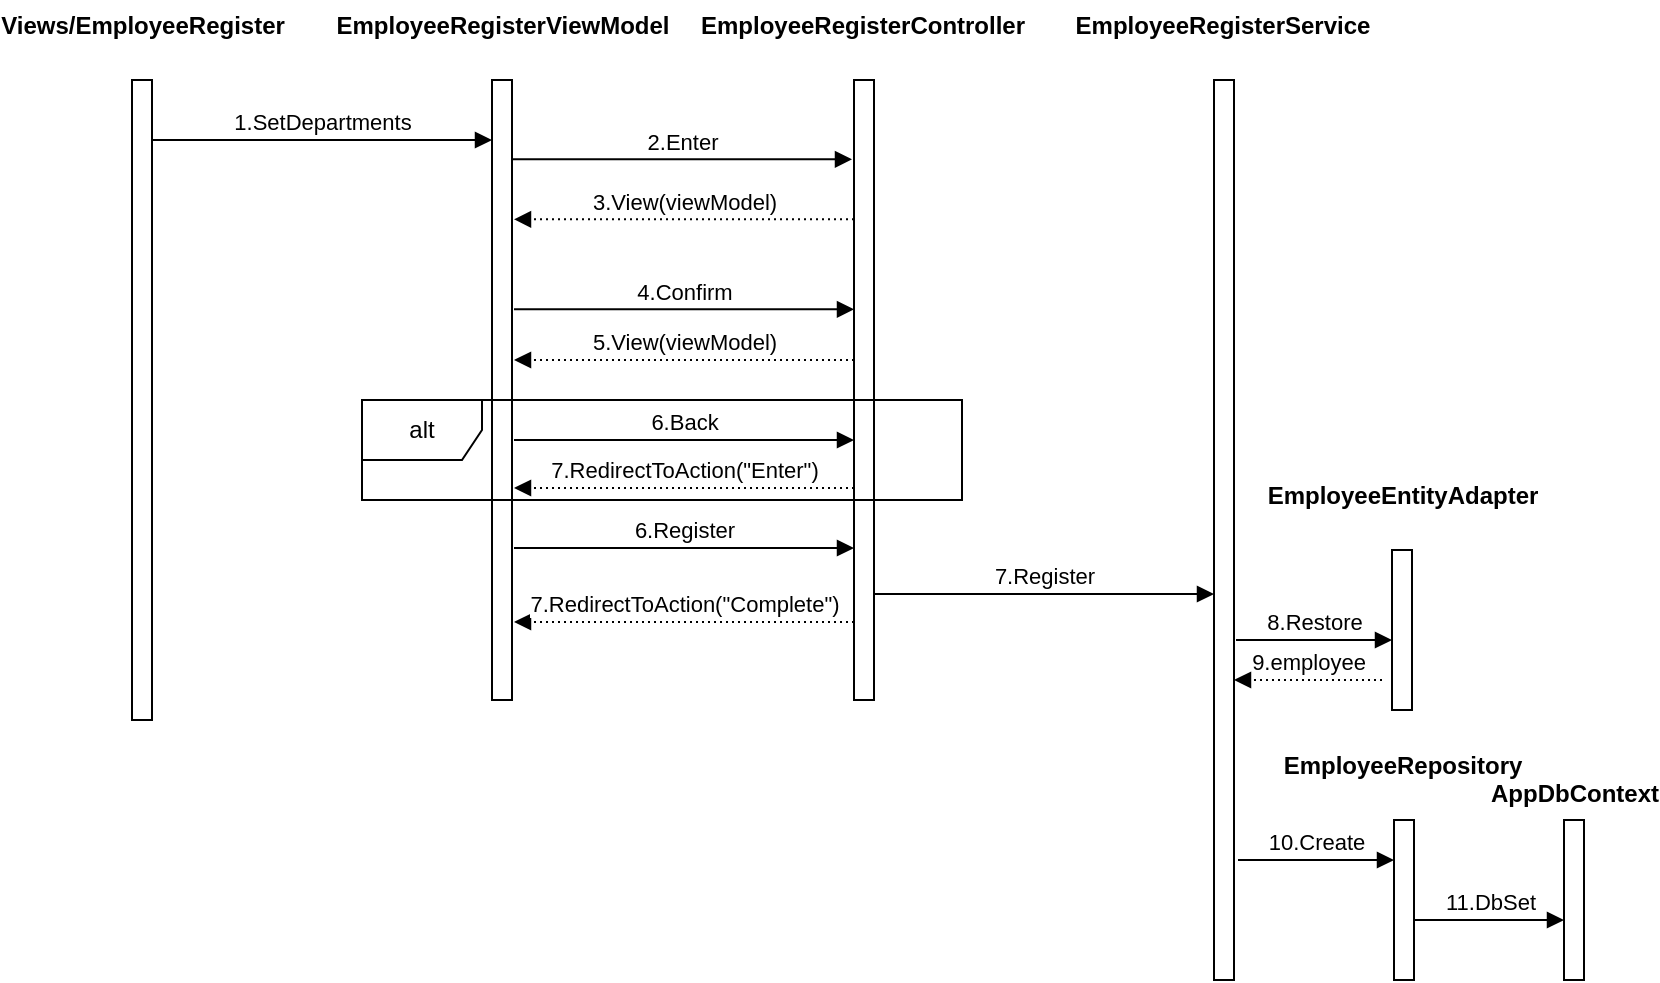
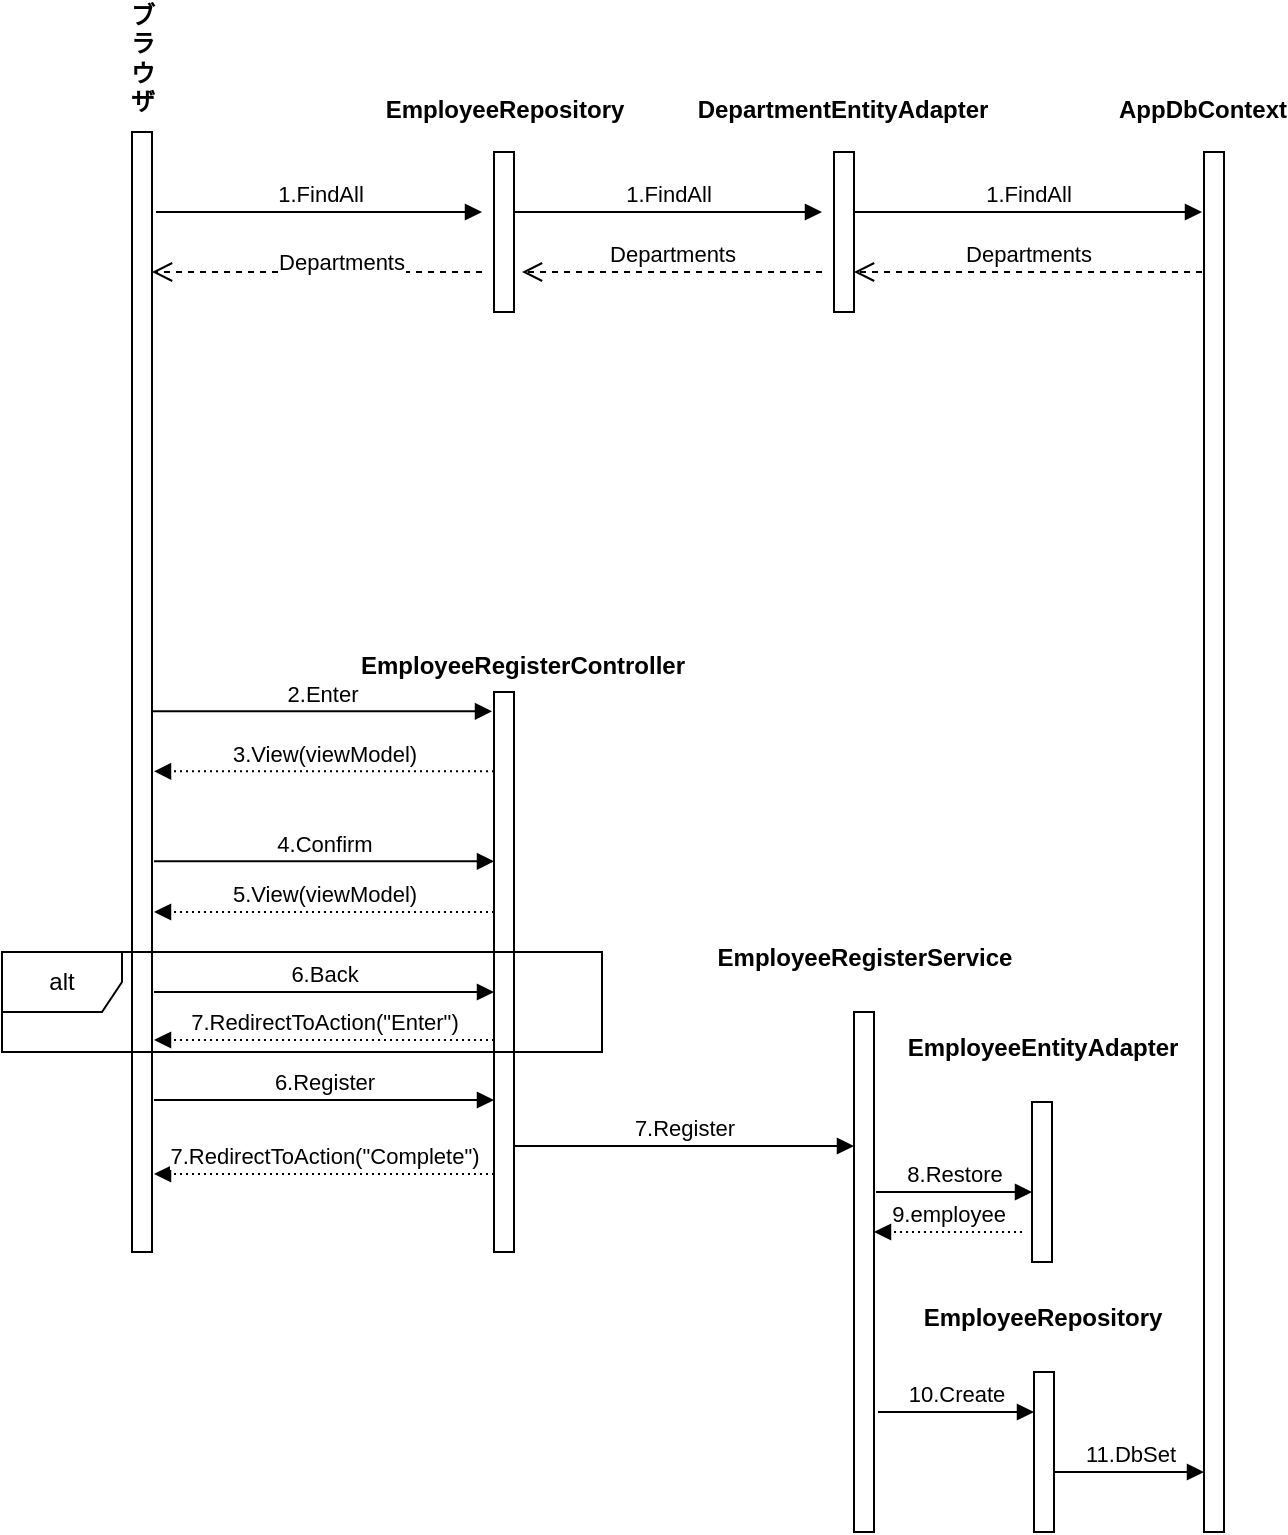
<mxfile host="app.diagrams.net">
  <diagram name="ページ-1" id="G9jWzP7ksENqtXRM4MLI">
-     <mxGraphModel dx="2018" dy="694" grid="1" gridSize="10" guides="1" tooltips="1" connect="1" arrows="1" fold="1" page="1" pageScale="1" pageWidth="827" pageHeight="1169" math="0" shadow="0">
+     <mxGraphModel dx="1842" dy="1989" grid="1" gridSize="10" guides="1" tooltips="1" connect="1" arrows="1" fold="1" page="1" pageScale="1" pageWidth="827" pageHeight="1169" math="0" shadow="0">
      <root>
        <mxCell id="0" />
        <mxCell id="1" parent="0" />
-         <mxCell id="4FGoEkoccehJ_rtDcBHZ-1" parent="1" style="html=1;points=[[0,0,0,0,5],[0,1,0,0,-5],[1,0,0,0,5],[1,1,0,0,-5]];perimeter=orthogonalPerimeter;outlineConnect=0;targetShapes=umlLifeline;portConstraint=eastwest;newEdgeStyle={&quot;curved&quot;:0,&quot;rounded&quot;:0};" value="" vertex="1">
-           <mxGeometry height="320" width="10" x="15" y="160" as="geometry" />
+         <mxCell id="4FGoEkoccehJ_rtDcBHZ-3" parent="1" style="html=1;points=[[0,0,0,0,5],[0,1,0,0,-5],[1,0,0,0,5],[1,1,0,0,-5]];perimeter=orthogonalPerimeter;outlineConnect=0;targetShapes=umlLifeline;portConstraint=eastwest;newEdgeStyle={&quot;curved&quot;:0,&quot;rounded&quot;:0};" value="" vertex="1">
+           <mxGeometry height="560" width="10" x="195" y="-90" as="geometry" />
        </mxCell>
-         <mxCell id="4FGoEkoccehJ_rtDcBHZ-2" parent="1" style="text;align=center;fontStyle=1;verticalAlign=middle;spacingLeft=3;spacingRight=3;strokeColor=none;rotatable=0;points=[[0,0.5],[1,0.5]];portConstraint=eastwest;html=1;" value="Views/EmployeeRegister" vertex="1">
-           <mxGeometry height="26" width="80" x="-20" y="120" as="geometry" />
-         </mxCell>
-         <mxCell id="4FGoEkoccehJ_rtDcBHZ-3" parent="1" style="html=1;points=[[0,0,0,0,5],[0,1,0,0,-5],[1,0,0,0,5],[1,1,0,0,-5]];perimeter=orthogonalPerimeter;outlineConnect=0;targetShapes=umlLifeline;portConstraint=eastwest;newEdgeStyle={&quot;curved&quot;:0,&quot;rounded&quot;:0};" value="" vertex="1">
-           <mxGeometry height="310" width="10" x="195" y="160" as="geometry" />
-         </mxCell>
-         <mxCell id="4FGoEkoccehJ_rtDcBHZ-4" parent="1" style="text;align=center;fontStyle=1;verticalAlign=middle;spacingLeft=3;spacingRight=3;strokeColor=none;rotatable=0;points=[[0,0.5],[1,0.5]];portConstraint=eastwest;html=1;" value="&lt;span style=&quot;white-space: normal;&quot;&gt;EmployeeRegisterViewModel&lt;/span&gt;" vertex="1">
-           <mxGeometry height="26" width="80" x="160" y="120" as="geometry" />
+         <mxCell id="4FGoEkoccehJ_rtDcBHZ-4" parent="1" style="text;align=center;fontStyle=1;verticalAlign=middle;spacingLeft=3;spacingRight=3;strokeColor=none;rotatable=0;points=[[0,0.5],[1,0.5]];portConstraint=eastwest;html=1;" value="&lt;span style=&quot;white-space: normal;&quot;&gt;ブラウザ&lt;/span&gt;" vertex="1">
+           <mxGeometry height="26" width="90" x="155" y="-140" as="geometry" />
        </mxCell>
        <mxCell id="4FGoEkoccehJ_rtDcBHZ-5" parent="1" style="html=1;points=[[0,0,0,0,5],[0,1,0,0,-5],[1,0,0,0,5],[1,1,0,0,-5]];perimeter=orthogonalPerimeter;outlineConnect=0;targetShapes=umlLifeline;portConstraint=eastwest;newEdgeStyle={&quot;curved&quot;:0,&quot;rounded&quot;:0};" value="" vertex="1">
-           <mxGeometry height="310" width="10" x="376" y="160" as="geometry" />
+           <mxGeometry height="280" width="10" x="376" y="190" as="geometry" />
        </mxCell>
        <mxCell id="4FGoEkoccehJ_rtDcBHZ-6" parent="1" style="text;align=center;fontStyle=1;verticalAlign=middle;spacingLeft=3;spacingRight=3;strokeColor=none;rotatable=0;points=[[0,0.5],[1,0.5]];portConstraint=eastwest;html=1;" value="&lt;span style=&quot;white-space: normal;&quot;&gt;EmployeeRegisterController&lt;/span&gt;" vertex="1">
-           <mxGeometry height="26" width="80" x="340" y="120" as="geometry" />
+           <mxGeometry height="26" width="80" x="350" y="164" as="geometry" />
        </mxCell>
        <mxCell id="4FGoEkoccehJ_rtDcBHZ-8" parent="1" style="html=1;points=[[0,0,0,0,5],[0,1,0,0,-5],[1,0,0,0,5],[1,1,0,0,-5]];perimeter=orthogonalPerimeter;outlineConnect=0;targetShapes=umlLifeline;portConstraint=eastwest;newEdgeStyle={&quot;curved&quot;:0,&quot;rounded&quot;:0};" value="" vertex="1">
-           <mxGeometry height="450" width="10" x="556" y="160" as="geometry" />
+           <mxGeometry height="260" width="10" x="556" y="350" as="geometry" />
        </mxCell>
        <mxCell id="4FGoEkoccehJ_rtDcBHZ-9" parent="1" style="text;align=center;fontStyle=1;verticalAlign=middle;spacingLeft=3;spacingRight=3;strokeColor=none;rotatable=0;points=[[0,0.5],[1,0.5]];portConstraint=eastwest;html=1;" value="&lt;span style=&quot;white-space: normal;&quot;&gt;EmployeeRegisterService&lt;/span&gt;" vertex="1">
-           <mxGeometry height="26" width="80" x="520" y="120" as="geometry" />
+           <mxGeometry height="26" width="80" x="521" y="310" as="geometry" />
        </mxCell>
        <mxCell id="4FGoEkoccehJ_rtDcBHZ-10" parent="1" style="html=1;points=[[0,0,0,0,5],[0,1,0,0,-5],[1,0,0,0,5],[1,1,0,0,-5]];perimeter=orthogonalPerimeter;outlineConnect=0;targetShapes=umlLifeline;portConstraint=eastwest;newEdgeStyle={&quot;curved&quot;:0,&quot;rounded&quot;:0};" value="" vertex="1">
          <mxGeometry height="80" width="10" x="646" y="530" as="geometry" />
        </mxCell>
        <mxCell id="4FGoEkoccehJ_rtDcBHZ-11" parent="1" style="text;align=center;fontStyle=1;verticalAlign=middle;spacingLeft=3;spacingRight=3;strokeColor=none;rotatable=0;points=[[0,0.5],[1,0.5]];portConstraint=eastwest;html=1;" value="&lt;span style=&quot;white-space: normal;&quot;&gt;EmployeeRepository&lt;/span&gt;" vertex="1">
          <mxGeometry height="26" width="80" x="610" y="490" as="geometry" />
        </mxCell>
        <mxCell id="4FGoEkoccehJ_rtDcBHZ-12" parent="1" style="html=1;points=[[0,0,0,0,5],[0,1,0,0,-5],[1,0,0,0,5],[1,1,0,0,-5]];perimeter=orthogonalPerimeter;outlineConnect=0;targetShapes=umlLifeline;portConstraint=eastwest;newEdgeStyle={&quot;curved&quot;:0,&quot;rounded&quot;:0};" value="" vertex="1">
          <mxGeometry height="80" width="10" x="645" y="395" as="geometry" />
        </mxCell>
        <mxCell id="4FGoEkoccehJ_rtDcBHZ-13" parent="1" style="text;align=center;fontStyle=1;verticalAlign=middle;spacingLeft=3;spacingRight=3;strokeColor=none;rotatable=0;points=[[0,0.5],[1,0.5]];portConstraint=eastwest;html=1;" value="&lt;span style=&quot;white-space: normal;&quot;&gt;EmployeeEntityAdapter&lt;/span&gt;" vertex="1">
          <mxGeometry height="26" width="80" x="610" y="355" as="geometry" />
        </mxCell>
        <mxCell id="4FGoEkoccehJ_rtDcBHZ-18" parent="1" style="html=1;points=[[0,0,0,0,5],[0,1,0,0,-5],[1,0,0,0,5],[1,1,0,0,-5]];perimeter=orthogonalPerimeter;outlineConnect=0;targetShapes=umlLifeline;portConstraint=eastwest;newEdgeStyle={&quot;curved&quot;:0,&quot;rounded&quot;:0};" value="" vertex="1">
-           <mxGeometry height="80" width="10" x="731" y="530" as="geometry" />
+           <mxGeometry height="690" width="10" x="731" y="-80" as="geometry" />
        </mxCell>
        <mxCell id="4FGoEkoccehJ_rtDcBHZ-19" parent="1" style="text;align=center;fontStyle=1;verticalAlign=middle;spacingLeft=3;spacingRight=3;strokeColor=none;rotatable=0;points=[[0,0.5],[1,0.5]];portConstraint=eastwest;html=1;" value="&lt;span style=&quot;white-space: normal;&quot;&gt;AppDbContext&lt;/span&gt;" vertex="1">
-           <mxGeometry height="26" width="80" x="696" y="504" as="geometry" />
+           <mxGeometry height="26" width="80" x="690" y="-114" as="geometry" />
        </mxCell>
-         <mxCell id="WLGD1Ve_yFPa6AhOSxfc-1" edge="1" parent="1" style="html=1;verticalAlign=bottom;endArrow=block;curved=0;rounded=0;" target="4FGoEkoccehJ_rtDcBHZ-3" value="1.SetDepartments">
+         <mxCell id="WLGD1Ve_yFPa6AhOSxfc-1" edge="1" parent="1" style="html=1;verticalAlign=bottom;endArrow=block;curved=0;rounded=0;" value="1.FindAll">
          <mxGeometry relative="1" width="80" as="geometry">
-             <mxPoint x="25" y="190" as="sourcePoint" />
-             <mxPoint x="190" y="190" as="targetPoint" />
+             <mxPoint x="207" y="-50" as="sourcePoint" />
+             <mxPoint x="370" y="-50" as="targetPoint" />
          </mxGeometry>
        </mxCell>
        <mxCell id="WLGD1Ve_yFPa6AhOSxfc-2" edge="1" parent="1" style="html=1;verticalAlign=bottom;endArrow=block;curved=0;rounded=0;" value="2.Enter">
          <mxGeometry relative="1" width="80" as="geometry">
            <mxPoint x="205" y="199.64" as="sourcePoint" />
            <mxPoint x="375" y="199.64" as="targetPoint" />
          </mxGeometry>
        </mxCell>
        <mxCell id="WLGD1Ve_yFPa6AhOSxfc-3" edge="1" parent="1" style="html=1;verticalAlign=bottom;endArrow=block;curved=0;rounded=0;dashed=1;dashPattern=1 2;" value="3.View(viewModel)">
          <mxGeometry relative="1" width="80" as="geometry">
            <mxPoint x="376" y="229.64" as="sourcePoint" />
            <mxPoint x="206" y="229.64" as="targetPoint" />
          </mxGeometry>
        </mxCell>
        <mxCell id="WLGD1Ve_yFPa6AhOSxfc-4" edge="1" parent="1" style="html=1;verticalAlign=bottom;endArrow=block;curved=0;rounded=0;" value="4.Confirm">
          <mxGeometry relative="1" width="80" as="geometry">
            <mxPoint x="206" y="274.64" as="sourcePoint" />
            <mxPoint x="376" y="274.64" as="targetPoint" />
          </mxGeometry>
        </mxCell>
        <mxCell id="WLGD1Ve_yFPa6AhOSxfc-5" edge="1" parent="1" style="html=1;verticalAlign=bottom;endArrow=block;curved=0;rounded=0;dashed=1;dashPattern=1 2;" value="5.View(viewModel)">
          <mxGeometry relative="1" width="80" as="geometry">
            <mxPoint x="376" y="300" as="sourcePoint" />
            <mxPoint x="206" y="300" as="targetPoint" />
          </mxGeometry>
        </mxCell>
        <mxCell id="WLGD1Ve_yFPa6AhOSxfc-6" edge="1" parent="1" style="html=1;verticalAlign=bottom;endArrow=block;curved=0;rounded=0;" value="6.Register">
          <mxGeometry relative="1" width="80" as="geometry">
            <mxPoint x="206" y="394" as="sourcePoint" />
            <mxPoint x="376" y="394" as="targetPoint" />
          </mxGeometry>
        </mxCell>
        <mxCell id="WLGD1Ve_yFPa6AhOSxfc-8" edge="1" parent="1" style="html=1;verticalAlign=bottom;endArrow=block;curved=0;rounded=0;dashed=1;dashPattern=1 2;" value="7.RedirectToAction(&quot;Complete&quot;)">
          <mxGeometry relative="1" width="80" as="geometry">
            <mxPoint as="offset" />
            <mxPoint x="376" y="431" as="sourcePoint" />
            <mxPoint x="206" y="431" as="targetPoint" />
          </mxGeometry>
        </mxCell>
        <mxCell id="WLGD1Ve_yFPa6AhOSxfc-9" edge="1" parent="1" style="html=1;verticalAlign=bottom;endArrow=block;curved=0;rounded=0;" value="6.Back">
          <mxGeometry relative="1" width="80" as="geometry">
            <mxPoint x="206" y="340" as="sourcePoint" />
            <mxPoint x="376" y="340" as="targetPoint" />
          </mxGeometry>
        </mxCell>
        <mxCell id="WLGD1Ve_yFPa6AhOSxfc-10" edge="1" parent="1" style="html=1;verticalAlign=bottom;endArrow=block;curved=0;rounded=0;dashed=1;dashPattern=1 2;" value="7.RedirectToAction(&quot;Enter&quot;)">
          <mxGeometry relative="1" width="80" as="geometry">
            <mxPoint as="offset" />
            <mxPoint x="376" y="364" as="sourcePoint" />
            <mxPoint x="206" y="364" as="targetPoint" />
          </mxGeometry>
        </mxCell>
        <mxCell id="WLGD1Ve_yFPa6AhOSxfc-11" parent="1" style="shape=umlFrame;whiteSpace=wrap;html=1;pointerEvents=0;" value="alt" vertex="1">
          <mxGeometry height="50" width="300" x="130" y="320" as="geometry" />
        </mxCell>
        <mxCell id="WLGD1Ve_yFPa6AhOSxfc-12" edge="1" parent="1" style="html=1;verticalAlign=bottom;endArrow=block;curved=0;rounded=0;" value="7.Register">
          <mxGeometry relative="1" width="80" as="geometry">
            <mxPoint x="386" y="417" as="sourcePoint" />
            <mxPoint x="556" y="417" as="targetPoint" />
          </mxGeometry>
        </mxCell>
        <mxCell id="WLGD1Ve_yFPa6AhOSxfc-13" edge="1" parent="1" style="html=1;verticalAlign=bottom;endArrow=block;curved=0;rounded=0;" target="4FGoEkoccehJ_rtDcBHZ-12" value="8.Restore">
          <mxGeometry relative="1" width="80" as="geometry">
            <mxPoint x="567" y="440" as="sourcePoint" />
            <mxPoint x="640" y="440" as="targetPoint" />
          </mxGeometry>
        </mxCell>
        <mxCell id="WLGD1Ve_yFPa6AhOSxfc-14" edge="1" parent="1" style="html=1;verticalAlign=bottom;endArrow=block;curved=0;rounded=0;" value="11.DbSet">
          <mxGeometry relative="1" width="80" x="0.0051" as="geometry">
            <mxPoint as="offset" />
            <mxPoint x="656" y="580" as="sourcePoint" />
            <mxPoint x="731" y="580" as="targetPoint" />
          </mxGeometry>
        </mxCell>
        <mxCell id="WLGD1Ve_yFPa6AhOSxfc-15" edge="1" parent="1" style="html=1;verticalAlign=bottom;endArrow=block;curved=0;rounded=0;dashed=1;dashPattern=1 2;" value="9.employee">
          <mxGeometry relative="1" width="80" as="geometry">
            <mxPoint as="offset" />
            <mxPoint x="640" y="460" as="sourcePoint" />
            <mxPoint x="566" y="460" as="targetPoint" />
          </mxGeometry>
        </mxCell>
        <mxCell id="B3dYOSw9pW8kB9zv5V3B-1" edge="1" parent="1" style="html=1;verticalAlign=bottom;endArrow=block;curved=0;rounded=0;" value="10.Create">
          <mxGeometry relative="1" width="80" as="geometry">
            <mxPoint x="568" y="550" as="sourcePoint" />
            <mxPoint x="646" y="550" as="targetPoint" />
          </mxGeometry>
        </mxCell>
+         <mxCell id="a97nVCc43CoKIKNiMhv2-4" parent="1" style="html=1;points=[[0,0,0,0,5],[0,1,0,0,-5],[1,0,0,0,5],[1,1,0,0,-5]];perimeter=orthogonalPerimeter;outlineConnect=0;targetShapes=umlLifeline;portConstraint=eastwest;newEdgeStyle={&quot;curved&quot;:0,&quot;rounded&quot;:0};" value="" vertex="1">
+           <mxGeometry height="80" width="10" x="376" y="-80" as="geometry" />
+         </mxCell>
+         <mxCell id="a97nVCc43CoKIKNiMhv2-5" parent="1" style="text;align=center;fontStyle=1;verticalAlign=middle;spacingLeft=3;spacingRight=3;strokeColor=none;rotatable=0;points=[[0,0.5],[1,0.5]];portConstraint=eastwest;html=1;" value="&lt;span style=&quot;white-space: normal;&quot;&gt;EmployeeRepository&lt;/span&gt;" vertex="1">
+           <mxGeometry height="26" width="80" x="341" y="-114" as="geometry" />
+         </mxCell>
+         <mxCell id="a97nVCc43CoKIKNiMhv2-6" parent="1" style="html=1;points=[[0,0,0,0,5],[0,1,0,0,-5],[1,0,0,0,5],[1,1,0,0,-5]];perimeter=orthogonalPerimeter;outlineConnect=0;targetShapes=umlLifeline;portConstraint=eastwest;newEdgeStyle={&quot;curved&quot;:0,&quot;rounded&quot;:0};" value="" vertex="1">
+           <mxGeometry height="80" width="10" x="546" y="-80" as="geometry" />
+         </mxCell>
+         <mxCell id="a97nVCc43CoKIKNiMhv2-7" parent="1" style="text;align=center;fontStyle=1;verticalAlign=middle;spacingLeft=3;spacingRight=3;strokeColor=none;rotatable=0;points=[[0,0.5],[1,0.5]];portConstraint=eastwest;html=1;" value="&lt;span style=&quot;white-space: normal;&quot;&gt;DepartmentEntityAdapter&lt;/span&gt;" vertex="1">
+           <mxGeometry height="26" width="80" x="510" y="-114" as="geometry" />
+         </mxCell>
+         <mxCell id="a97nVCc43CoKIKNiMhv2-8" edge="1" parent="1" style="html=1;verticalAlign=bottom;endArrow=open;dashed=1;endSize=8;curved=0;rounded=0;" value="">
+           <mxGeometry relative="1" as="geometry">
+             <mxPoint x="370" y="-20" as="sourcePoint" />
+             <mxPoint x="205" y="-20" as="targetPoint" />
+           </mxGeometry>
+         </mxCell>
+         <mxCell id="a97nVCc43CoKIKNiMhv2-10" edge="1" parent="1" style="html=1;verticalAlign=bottom;endArrow=block;curved=0;rounded=0;" value="1.FindAll">
+           <mxGeometry relative="1" width="80" as="geometry">
+             <mxPoint x="386" y="-50" as="sourcePoint" />
+             <mxPoint x="540" y="-50" as="targetPoint" />
+           </mxGeometry>
+         </mxCell>
+         <mxCell id="a97nVCc43CoKIKNiMhv2-11" edge="1" parent="1" style="html=1;verticalAlign=bottom;endArrow=block;curved=0;rounded=0;" value="1.FindAll">
+           <mxGeometry relative="1" width="80" as="geometry">
+             <mxPoint x="556" y="-50" as="sourcePoint" />
+             <mxPoint x="730" y="-50" as="targetPoint" />
+           </mxGeometry>
+         </mxCell>
+         <mxCell id="a97nVCc43CoKIKNiMhv2-12" edge="1" parent="1" style="html=1;verticalAlign=bottom;endArrow=open;dashed=1;endSize=8;curved=0;rounded=0;" value="Departments">
+           <mxGeometry relative="1" as="geometry">
+             <mxPoint x="540" y="-20" as="sourcePoint" />
+             <mxPoint x="390" y="-20" as="targetPoint" />
+           </mxGeometry>
+         </mxCell>
+         <mxCell id="a97nVCc43CoKIKNiMhv2-13" edge="1" parent="1" style="html=1;verticalAlign=bottom;endArrow=open;dashed=1;endSize=8;curved=0;rounded=0;" value="Departments">
+           <mxGeometry relative="1" as="geometry">
+             <mxPoint x="730" y="-20" as="sourcePoint" />
+             <mxPoint x="556" y="-20" as="targetPoint" />
+           </mxGeometry>
+         </mxCell>
+         <mxCell id="a97nVCc43CoKIKNiMhv2-14" parent="1" style="text;html=1;whiteSpace=wrap;strokeColor=none;fillColor=none;align=center;verticalAlign=middle;rounded=0;" value="&lt;span style=&quot;font-size: 11px; white-space: nowrap; background-color: rgb(255, 255, 255);&quot;&gt;Departments&lt;/span&gt;" vertex="1">
+           <mxGeometry height="30" width="60" x="270" y="-40" as="geometry" />
+         </mxCell>
      </root>
    </mxGraphModel>
  </diagram>
</mxfile>
